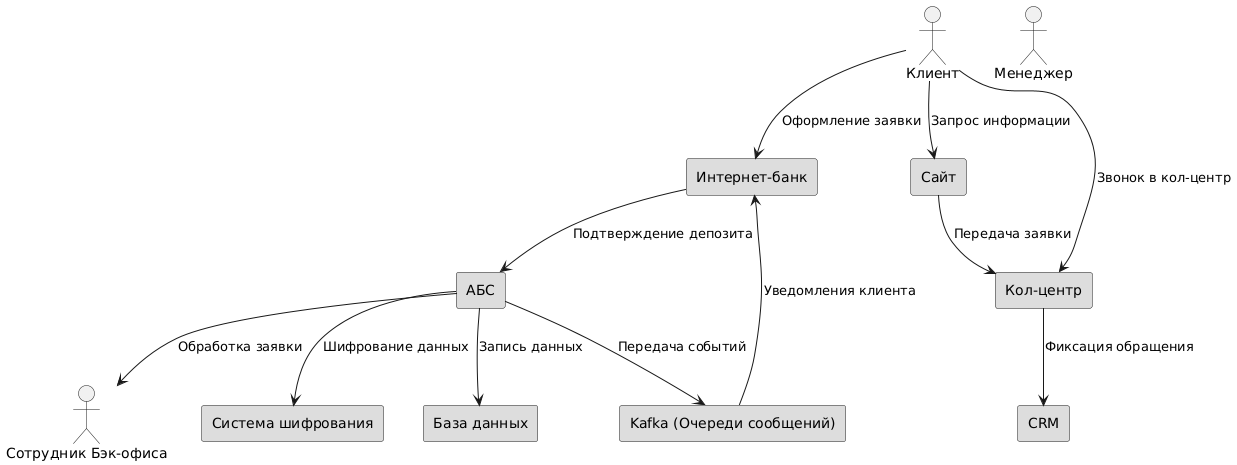
Earlier version of the PlantUML export Exc3/с4-sprint9.png (No1sonGit/architecture-standart). The source it was exported from:
```plantuml
@startuml
actor Клиент
actor Менеджер
actor "Сотрудник Бэк-офиса" as BackOfficeEmployee

rectangle "Интернет-банк" as InternetBank #DDDDDD
rectangle "Сайт" as Website #DDDDDD
rectangle "Кол-центр" as ContactCenter #DDDDDD
rectangle "АБС" as CoreBanking #DDDDDD
rectangle "CRM" as CRM #DDDDDD
rectangle "Система шифрования" as Encryption #DDDDDD
rectangle "База данных" as Database #DDDDDD
rectangle "Kafka (Очереди сообщений)" as Messaging #DDDDDD

Клиент --> InternetBank : Оформление заявки
Клиент --> Website : Запрос информации
Клиент --> ContactCenter : Звонок в кол-центр

InternetBank --> CoreBanking : Подтверждение депозита
Website --> ContactCenter : Передача заявки
ContactCenter --> CRM : Фиксация обращения
CoreBanking --> BackOfficeEmployee : Обработка заявки
CoreBanking --> Database : Запись данных
CoreBanking --> Messaging : Передача событий
Messaging --> InternetBank : Уведомления клиента

CoreBanking --> Encryption : Шифрование данных
@enduml
```
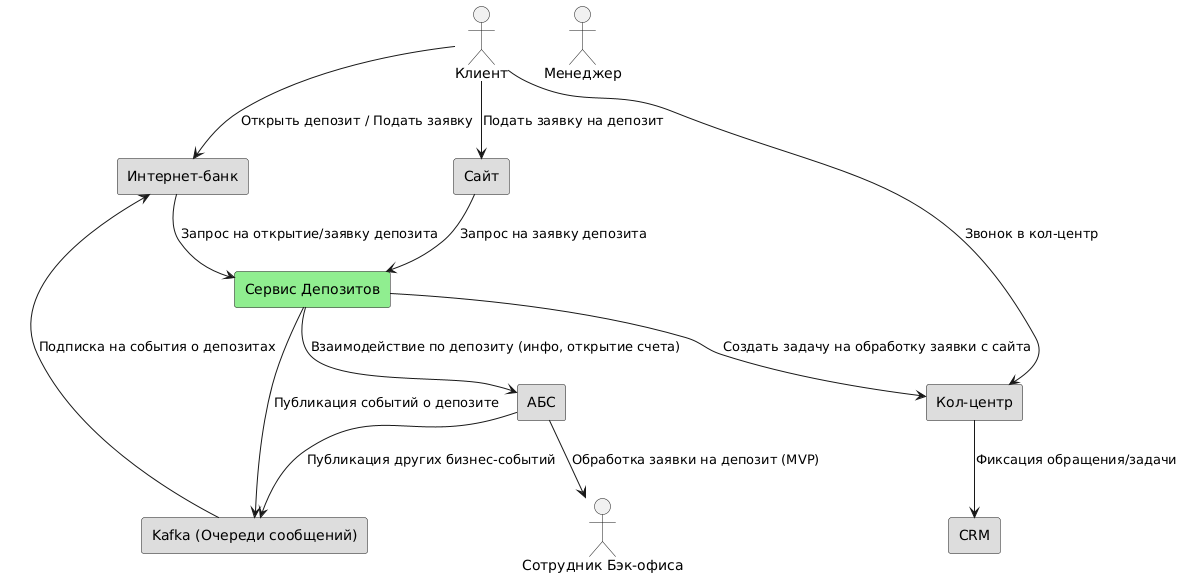
After the change.

Change to the diagram source:
```diff
@@ -1,6 +1,6 @@
 @startuml
-actor Клиент
-actor Менеджер
+actor Клиент as Client
+actor Менеджер as Manager
 actor "Сотрудник Бэк-офиса" as BackOfficeEmployee
 
 rectangle "Интернет-банк" as InternetBank #DDDDDD
@@ -8,21 +8,23 @@
 rectangle "Кол-центр" as ContactCenter #DDDDDD
 rectangle "АБС" as CoreBanking #DDDDDD
 rectangle "CRM" as CRM #DDDDDD
-rectangle "Система шифрования" as Encryption #DDDDDD
-rectangle "База данных" as Database #DDDDDD
 rectangle "Kafka (Очереди сообщений)" as Messaging #DDDDDD
+rectangle "Сервис Депозитов" as DepositService #lightgreen
 
-Клиент --> InternetBank : Оформление заявки
-Клиент --> Website : Запрос информации
-Клиент --> ContactCenter : Звонок в кол-центр
+Client --> InternetBank : Открыть депозит / Подать заявку
+Client --> Website : Подать заявку на депозит
+Client --> ContactCenter : Звонок в кол-центр
 
-InternetBank --> CoreBanking : Подтверждение депозита
-Website --> ContactCenter : Передача заявки
-ContactCenter --> CRM : Фиксация обращения
-CoreBanking --> BackOfficeEmployee : Обработка заявки
-CoreBanking --> Database : Запись данных
-CoreBanking --> Messaging : Передача событий
-Messaging --> InternetBank : Уведомления клиента
+InternetBank --> DepositService : Запрос на открытие/заявку депозита
+Website --> DepositService : Запрос на заявку депозита
 
-CoreBanking --> Encryption : Шифрование данных
+DepositService --> CoreBanking : Взаимодействие по депозиту (инфо, открытие счета)
+DepositService --> Messaging : Публикация событий о депозите
+DepositService --> ContactCenter : Создать задачу на обработку заявки с сайта
+
+ContactCenter --> CRM : Фиксация обращения/задачи
+CoreBanking --> BackOfficeEmployee : Обработка заявки на депозит (MVP)
+
+Messaging --> InternetBank : Подписка на события о депозитах
+CoreBanking --> Messaging : Публикация других бизнес-событий
 @enduml
```
